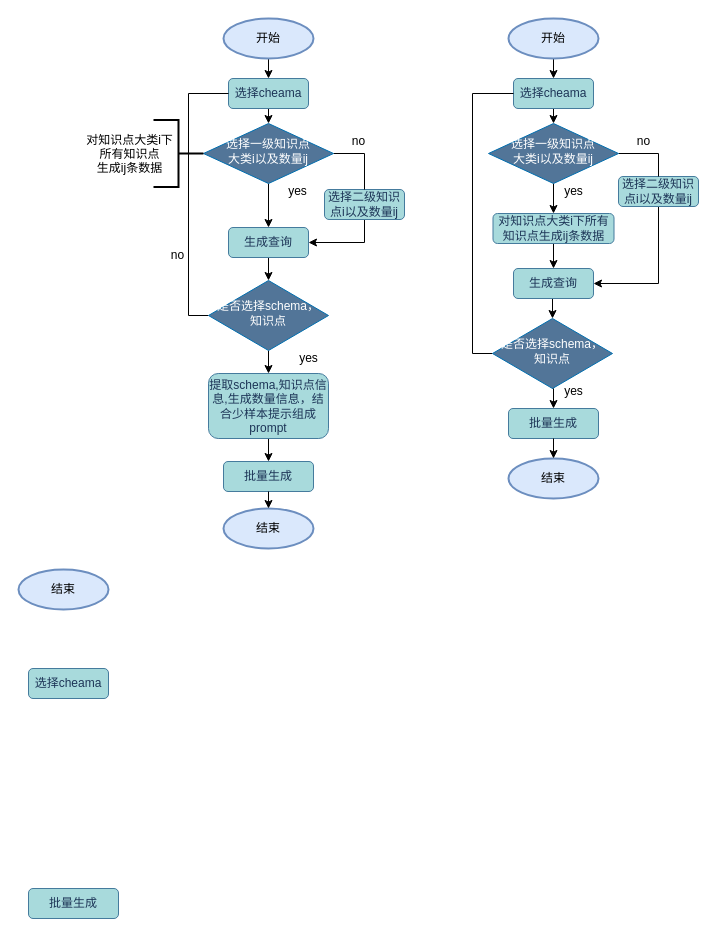
White1943/sqlEduFB keeps this draw.io diagram as draw/自然语言生成以及相应sql生成.drawio. Above is the earlier version. Source tidied: cells renumbered, new cells numbered last; positions are measured from the earlier drawing's top-left corner, leaving out a move shared by most shapes. Both pictures are drawn from the tidied source at 100%, with x=0, y=0 at pixel (18, 18).
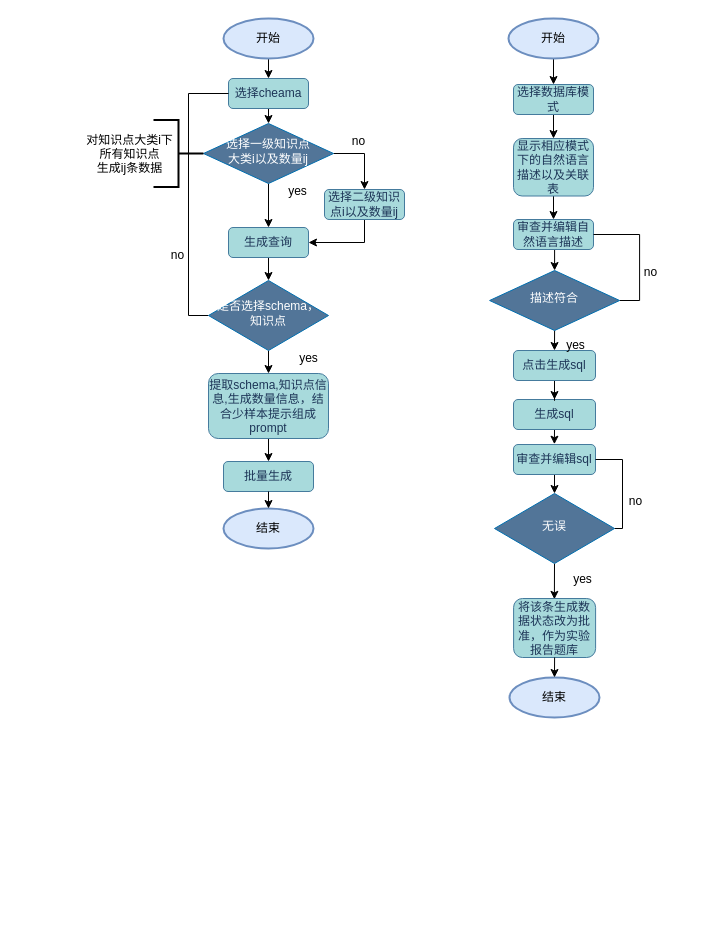
The same page after the edit.

Commit message:
更新自然语言生成以及相应sql生成.drawio

The change refers to these unchanged cells:
```xml
<mxCell id="10" value="选择二级知识点i以及数量ij" style="rounded=1;whiteSpace=wrap;html=1;fontSize=12;glass=0;strokeWidth=1;shadow=0;labelBackgroundColor=none;fillColor=#A8DADC;strokeColor=#457B9D;fontColor=#1D3557;" parent="1" vertex="1">
  <mxGeometry x="306" y="171" width="80" height="30" as="geometry" />
</mxCell>
<mxCell id="13" value="&lt;span&gt;&lt;font style=&quot;color: rgb(255, 255, 255);&quot;&gt;选择一级知识点&lt;/font&gt;&lt;/span&gt;&lt;div&gt;&lt;span&gt;&lt;font style=&quot;color: rgb(255, 255, 255);&quot;&gt;大类i以及数量ij&lt;/font&gt;&lt;/span&gt;&lt;/div&gt;" style="rhombus;whiteSpace=wrap;html=1;shadow=0;fontFamily=Helvetica;fontSize=12;align=center;strokeWidth=1;spacing=6;spacingTop=-4;labelBackgroundColor=none;fillColor=light-dark(#527598, #2566a8);strokeColor=#006EAF;fontColor=#ffffff;verticalAlign=middle;" parent="1" vertex="1">
  <mxGeometry x="185" y="105" width="130" height="60" as="geometry" />
</mxCell>
<mxCell id="25" value="开始" style="strokeWidth=2;html=1;shape=mxgraph.flowchart.start_2;whiteSpace=wrap;labelBackgroundColor=none;fillColor=#dae8fc;strokeColor=#6c8ebf;" parent="1" vertex="1">
  <mxGeometry x="490" width="90" height="40" as="geometry" />
</mxCell>
```

Change to the diagram source:
```diff
@@
-    <mxCell id="12" style="edgeStyle=orthogonalEdgeStyle;rounded=0;jettySize=auto;html=1;exitX=1;exitY=0.5;exitDx=0;exitDy=0;entryX=0.5;entryY=0;entryDx=0;entryDy=0;endArrow=none;startFill=0;" parent="1" edge="1" source="13" target="10">
+    <mxCell id="12" style="edgeStyle=orthogonalEdgeStyle;rounded=0;jettySize=auto;html=1;exitX=1;exitY=0.5;exitDx=0;exitDy=0;entryX=0.5;entryY=0;entryDx=0;entryDy=0;endArrow=classic;startFill=0;endFill=1;" parent="1" edge="1" source="13" target="10">
       <mxGeometry relative="1" as="geometry" />
     </mxCell>
@@
-    <mxCell id="14" value="选择cheama" style="rounded=1;whiteSpace=wrap;html=1;fontSize=12;glass=0;strokeWidth=1;shadow=0;labelBackgroundColor=none;fillColor=#A8DADC;strokeColor=#457B9D;fontColor=#1D3557;" parent="1" vertex="1">
-      <mxGeometry x="10" y="650" width="80" height="30" as="geometry" />
-    </mxCell>
@@
-    <mxCell id="18" value="批量生成" style="rounded=1;whiteSpace=wrap;html=1;fontSize=12;glass=0;strokeWidth=1;shadow=0;labelBackgroundColor=none;fillColor=#A8DADC;strokeColor=#457B9D;fontColor=#1D3557;" parent="1" vertex="1">
-      <mxGeometry x="10" y="870" width="90" height="30" as="geometry" />
-    </mxCell>
@@
-    <mxCell id="24" style="edgeStyle=orthogonalEdgeStyle;rounded=0;jettySize=auto;html=1;exitX=0.5;exitY=1;exitDx=0;exitDy=0;exitPerimeter=0;entryX=0.5;entryY=0;entryDx=0;entryDy=0;" parent="1" edge="1" source="25" target="27">
-      <mxGeometry relative="1" as="geometry" />
-    </mxCell>
+    <mxCell id="52" style="edgeStyle=orthogonalEdgeStyle;rounded=0;jettySize=auto;html=1;exitX=0.5;exitY=1;exitDx=0;exitDy=0;exitPerimeter=0;entryX=0.5;entryY=0;entryDx=0;entryDy=0;" parent="1" edge="1" source="25" target="58">
+      <mxGeometry relative="1" as="geometry" />
+    </mxCell>
@@
-    <mxCell id="27" value="选择cheama" style="rounded=1;whiteSpace=wrap;html=1;fontSize=12;glass=0;strokeWidth=1;shadow=0;labelBackgroundColor=none;fillColor=#A8DADC;strokeColor=#457B9D;fontColor=#1D3557;" parent="1" vertex="1">
-      <mxGeometry x="495" y="60" width="80" height="30" as="geometry" />
+    <mxCell id="27" value="审查并编辑自然语言描述" style="rounded=1;whiteSpace=wrap;html=1;fontSize=12;glass=0;strokeWidth=1;shadow=0;labelBackgroundColor=none;fillColor=#A8DADC;strokeColor=#457B9D;fontColor=#1D3557;" parent="1" vertex="1">
+      <mxGeometry x="495" y="201" width="80" height="30" as="geometry" />
     </mxCell>
+    <mxCell id="53" style="edgeStyle=orthogonalEdgeStyle;rounded=0;jettySize=auto;html=1;exitX=0.5;exitY=1;exitDx=0;exitDy=0;entryX=0.5;entryY=0;entryDx=0;entryDy=0;" parent="1" edge="1" source="28" target="40">
+      <mxGeometry relative="1" as="geometry" />
+    </mxCell>
-    <mxCell id="28" value="批量生成" style="rounded=1;whiteSpace=wrap;html=1;fontSize=12;glass=0;strokeWidth=1;shadow=0;labelBackgroundColor=none;fillColor=#A8DADC;strokeColor=#457B9D;fontColor=#1D3557;" parent="1" vertex="1">
-      <mxGeometry x="490" y="390" width="90" height="30" as="geometry" />
+    <mxCell id="28" value="审查并编辑sql" style="rounded=1;whiteSpace=wrap;html=1;fontSize=12;glass=0;strokeWidth=1;shadow=0;labelBackgroundColor=none;fillColor=#A8DADC;strokeColor=#457B9D;fontColor=#1D3557;" parent="1" vertex="1">
+      <mxGeometry x="495" y="426" width="82" height="30" as="geometry" />
     </mxCell>
-    <mxCell id="29" style="edgeStyle=orthogonalEdgeStyle;rounded=0;jettySize=auto;html=1;exitX=0.5;exitY=1;exitDx=0;exitDy=0;entryX=0.5;entryY=0;entryDx=0;entryDy=0;" parent="1" edge="1" source="30" target="40">
-      <mxGeometry relative="1" as="geometry" />
-    </mxCell>
+    <mxCell id="54" style="edgeStyle=orthogonalEdgeStyle;rounded=0;jettySize=auto;html=1;exitX=0.5;exitY=1;exitDx=0;exitDy=0;" parent="1" edge="1" source="30">
+      <mxGeometry relative="1" as="geometry">
+        <mxPoint x="535.9" y="425.7" as="targetPoint" />
+      </mxGeometry>
+    </mxCell>
-    <mxCell id="30" value="生成查询" style="rounded=1;whiteSpace=wrap;html=1;fontSize=12;glass=0;strokeWidth=1;shadow=0;labelBackgroundColor=none;fillColor=#A8DADC;strokeColor=#457B9D;fontColor=#1D3557;" parent="1" vertex="1">
-      <mxGeometry x="495" y="250" width="80" height="30" as="geometry" />
+    <mxCell id="30" value="生成sql" style="rounded=1;whiteSpace=wrap;html=1;fontSize=12;glass=0;strokeWidth=1;shadow=0;labelBackgroundColor=none;fillColor=#A8DADC;strokeColor=#457B9D;fontColor=#1D3557;" parent="1" vertex="1">
+      <mxGeometry x="495" y="381" width="82" height="30" as="geometry" />
     </mxCell>
-    <mxCell id="31" style="edgeStyle=orthogonalEdgeStyle;rounded=0;jettySize=auto;html=1;exitX=0.5;exitY=1;exitDx=0;exitDy=0;entryX=1;entryY=0.5;entryDx=0;entryDy=0;" parent="1" edge="1" source="32" target="30">
-      <mxGeometry relative="1" as="geometry" />
-    </mxCell>
+    <mxCell id="55" style="edgeStyle=orthogonalEdgeStyle;rounded=0;jettySize=auto;html=1;exitX=0.5;exitY=1;exitDx=0;exitDy=0;" parent="1" edge="1" source="32" target="27">
+      <mxGeometry relative="1" as="geometry" />
+    </mxCell>
-    <mxCell id="32" value="选择二级知识点i以及数量ij" style="rounded=1;whiteSpace=wrap;html=1;fontSize=12;glass=0;strokeWidth=1;shadow=0;labelBackgroundColor=none;fillColor=#A8DADC;strokeColor=#457B9D;fontColor=#1D3557;" parent="1" vertex="1">
-      <mxGeometry x="600" y="158" width="80" height="30" as="geometry" />
+    <mxCell id="32" value="显示相应模式下的自然语言描述以及关联表" style="rounded=1;whiteSpace=wrap;html=1;fontSize=12;glass=0;strokeWidth=1;shadow=0;labelBackgroundColor=none;fillColor=#A8DADC;strokeColor=#457B9D;fontColor=#1D3557;align=center;verticalAlign=middle;" parent="1" vertex="1">
+      <mxGeometry x="495" y="120" width="80" height="57.5" as="geometry" />
     </mxCell>
@@
-    <mxCell id="34" style="edgeStyle=orthogonalEdgeStyle;rounded=0;jettySize=auto;html=1;exitX=1;exitY=0.5;exitDx=0;exitDy=0;entryX=0.5;entryY=0;entryDx=0;entryDy=0;endArrow=none;startFill=0;" parent="1" edge="1" source="35" target="32">
+    <mxCell id="34" style="edgeStyle=orthogonalEdgeStyle;rounded=0;jettySize=auto;html=1;exitX=1;exitY=0.5;exitDx=0;exitDy=0;entryX=1;entryY=0.5;entryDx=0;entryDy=0;endArrow=none;startFill=0;" parent="1" edge="1" source="35" target="27">
       <mxGeometry relative="1" as="geometry" />
     </mxCell>
-    <mxCell id="35" value="&lt;span&gt;&lt;font style=&quot;color: rgb(255, 255, 255);&quot;&gt;选择一级知识点&lt;/font&gt;&lt;/span&gt;&lt;div&gt;&lt;span&gt;&lt;font style=&quot;color: rgb(255, 255, 255);&quot;&gt;大类i以及数量ij&lt;/font&gt;&lt;/span&gt;&lt;/div&gt;" style="rhombus;whiteSpace=wrap;html=1;shadow=0;fontFamily=Helvetica;fontSize=12;align=center;strokeWidth=1;spacing=6;spacingTop=-4;labelBackgroundColor=none;fillColor=light-dark(#527598, #2566a8);strokeColor=#006EAF;fontColor=#ffffff;verticalAlign=middle;" parent="1" vertex="1">
-      <mxGeometry x="470" y="105" width="130" height="60" as="geometry" />
+    <mxCell id="35" value="描述符合" style="rhombus;whiteSpace=wrap;html=1;shadow=0;fontFamily=Helvetica;fontSize=12;align=center;strokeWidth=1;spacing=6;spacingTop=-4;labelBackgroundColor=none;fillColor=light-dark(#527598, #2566a8);strokeColor=#006EAF;fontColor=#ffffff;verticalAlign=middle;" parent="1" vertex="1">
+      <mxGeometry x="471.1" y="252" width="130" height="60" as="geometry" />
     </mxCell>
@@
-    <mxCell id="37" value="对知识点大类i下所有知识点生成ij条数据" style="rounded=1;whiteSpace=wrap;html=1;fontSize=12;glass=0;strokeWidth=1;shadow=0;labelBackgroundColor=none;fillColor=#A8DADC;strokeColor=#457B9D;fontColor=#1D3557;" parent="1" vertex="1">
-      <mxGeometry x="474.5" y="195" width="121" height="30" as="geometry" />
+    <mxCell id="37" value="点击生成sql" style="rounded=1;whiteSpace=wrap;html=1;fontSize=12;glass=0;strokeWidth=1;shadow=0;labelBackgroundColor=none;fillColor=#A8DADC;strokeColor=#457B9D;fontColor=#1D3557;" parent="1" vertex="1">
+      <mxGeometry x="495" y="332" width="82" height="30" as="geometry" />
     </mxCell>
-    <mxCell id="38" style="edgeStyle=orthogonalEdgeStyle;rounded=0;jettySize=auto;html=1;exitX=0.5;exitY=1;exitDx=0;exitDy=0;entryX=0.5;entryY=0;entryDx=0;entryDy=0;" parent="1" edge="1" source="40" target="28">
-      <mxGeometry relative="1" as="geometry" />
+    <mxCell id="38" style="edgeStyle=orthogonalEdgeStyle;rounded=0;jettySize=auto;html=1;exitX=1;exitY=0.5;exitDx=0;exitDy=0;entryX=1;entryY=0.5;entryDx=0;entryDy=0;endArrow=none;startFill=0;" parent="1" edge="1" source="40" target="28">
+      <mxGeometry relative="1" as="geometry">
+        <Array as="points">
+          <mxPoint x="604" y="510" />
+          <mxPoint x="604" y="441" />
+        </Array>
+      </mxGeometry>
     </mxCell>
-    <mxCell id="39" style="edgeStyle=orthogonalEdgeStyle;rounded=0;jettySize=auto;html=1;exitX=0;exitY=0.5;exitDx=0;exitDy=0;entryX=0;entryY=0.5;entryDx=0;entryDy=0;endArrow=none;startFill=0;" parent="1" edge="1" source="40" target="27">
-      <mxGeometry relative="1" as="geometry" />
-    </mxCell>
+    <mxCell id="56" style="edgeStyle=orthogonalEdgeStyle;rounded=0;jettySize=auto;html=1;exitX=0.5;exitY=1;exitDx=0;exitDy=0;" parent="1" edge="1" source="40">
+      <mxGeometry relative="1" as="geometry">
+        <mxPoint x="535.9" y="580.8" as="targetPoint" />
+      </mxGeometry>
+    </mxCell>
-    <mxCell id="40" value="是否选择schema，&lt;div&gt;知识点&lt;/div&gt;" style="rhombus;whiteSpace=wrap;html=1;shadow=0;fontFamily=Helvetica;fontSize=12;align=center;strokeWidth=1;spacing=6;spacingTop=-4;labelBackgroundColor=none;fillColor=light-dark(#527598, #2566a8);strokeColor=#006EAF;fontColor=#ffffff;verticalAlign=middle;" parent="1" vertex="1">
-      <mxGeometry x="474" y="300" width="120" height="70" as="geometry" />
+    <mxCell id="40" value="无误" style="rhombus;whiteSpace=wrap;html=1;shadow=0;fontFamily=Helvetica;fontSize=12;align=center;strokeWidth=1;spacing=6;spacingTop=-4;labelBackgroundColor=none;fillColor=light-dark(#527598, #2566a8);strokeColor=#006EAF;fontColor=#ffffff;verticalAlign=middle;" parent="1" vertex="1">
+      <mxGeometry x="476" y="475" width="120" height="70" as="geometry" />
     </mxCell>
     <mxCell id="41" value="结束" style="strokeWidth=2;html=1;shape=mxgraph.flowchart.start_2;whiteSpace=wrap;labelBackgroundColor=none;fillColor=#dae8fc;strokeColor=#6c8ebf;" parent="1" vertex="1">
-      <mxGeometry x="490" y="440" width="90" height="40" as="geometry" />
+      <mxGeometry x="491" y="659" width="90" height="40" as="geometry" />
     </mxCell>
     <mxCell id="42" value="yes" style="text;html=1;align=center;verticalAlign=middle;strokeColor=none;fillColor=none;" parent="1" vertex="1">
-      <mxGeometry x="535" y="158" width="40" height="30" as="geometry" />
+      <mxGeometry x="537.1" y="312" width="40" height="30" as="geometry" />
     </mxCell>
     <mxCell id="43" value="no" style="text;html=1;align=center;verticalAlign=middle;strokeColor=none;fillColor=none;" parent="1" vertex="1">
-      <mxGeometry x="605" y="108" width="40" height="30" as="geometry" />
+      <mxGeometry x="612" y="239" width="40" height="30" as="geometry" />
     </mxCell>
-    <mxCell id="44" style="edgeStyle=orthogonalEdgeStyle;rounded=0;jettySize=auto;html=1;exitX=0.5;exitY=1;exitDx=0;exitDy=0;entryX=0.5;entryY=0;entryDx=0;entryDy=0;entryPerimeter=0;" parent="1" edge="1" source="28" target="41">
-      <mxGeometry relative="1" as="geometry" />
-    </mxCell>
-    <mxCell id="45" value="yes" style="text;html=1;align=center;verticalAlign=middle;strokeColor=none;fillColor=none;" parent="1" vertex="1">
-      <mxGeometry x="535" y="358" width="40" height="30" as="geometry" />
-    </mxCell>
@@
-    <mxCell id="48" value="结束" style="strokeWidth=2;html=1;shape=mxgraph.flowchart.start_2;whiteSpace=wrap;labelBackgroundColor=none;fillColor=#dae8fc;strokeColor=#6c8ebf;" parent="1" vertex="1">
-      <mxGeometry y="551" width="90" height="40" as="geometry" />
-    </mxCell>
@@
+    <mxCell id="57" style="edgeStyle=orthogonalEdgeStyle;rounded=0;jettySize=auto;html=1;exitX=0.5;exitY=1;exitDx=0;exitDy=0;entryX=0.5;entryY=0;entryDx=0;entryDy=0;" parent="1" edge="1" source="58" target="32">
+      <mxGeometry relative="1" as="geometry" />
+    </mxCell>
+    <mxCell id="58" value="选择数据库模式" style="rounded=1;whiteSpace=wrap;html=1;fontSize=12;glass=0;strokeWidth=1;shadow=0;labelBackgroundColor=none;fillColor=#A8DADC;strokeColor=#457B9D;fontColor=#1D3557;" parent="1" vertex="1">
+      <mxGeometry x="495" y="66" width="80" height="30" as="geometry" />
+    </mxCell>
+    <mxCell id="59" value="将该条生成数据状态改为批准，作为实验报告题库" style="rounded=1;whiteSpace=wrap;html=1;fontSize=12;glass=0;strokeWidth=1;shadow=0;labelBackgroundColor=none;fillColor=#A8DADC;strokeColor=#457B9D;fontColor=#1D3557;" parent="1" vertex="1">
+      <mxGeometry x="495.1" y="580" width="82" height="59" as="geometry" />
+    </mxCell>
+    <mxCell id="45" value="yes" style="text;html=1;align=center;verticalAlign=middle;strokeColor=none;fillColor=none;" parent="1" vertex="1">
+      <mxGeometry x="545" y="548" width="37" height="26" as="geometry" />
+    </mxCell>
+    <mxCell id="60" value="no" style="text;html=1;align=center;verticalAlign=middle;strokeColor=none;fillColor=none;" parent="1" vertex="1">
+      <mxGeometry x="601.1" y="470" width="31" height="26" as="geometry" />
+    </mxCell>
+    <mxCell id="61" style="edgeStyle=orthogonalEdgeStyle;rounded=0;jettySize=auto;html=1;exitX=0.5;exitY=1;exitDx=0;exitDy=0;entryX=0.5;entryY=0;entryDx=0;entryDy=0;entryPerimeter=0;" parent="1" edge="1" source="59" target="41">
+      <mxGeometry relative="1" as="geometry" />
+    </mxCell>
```
